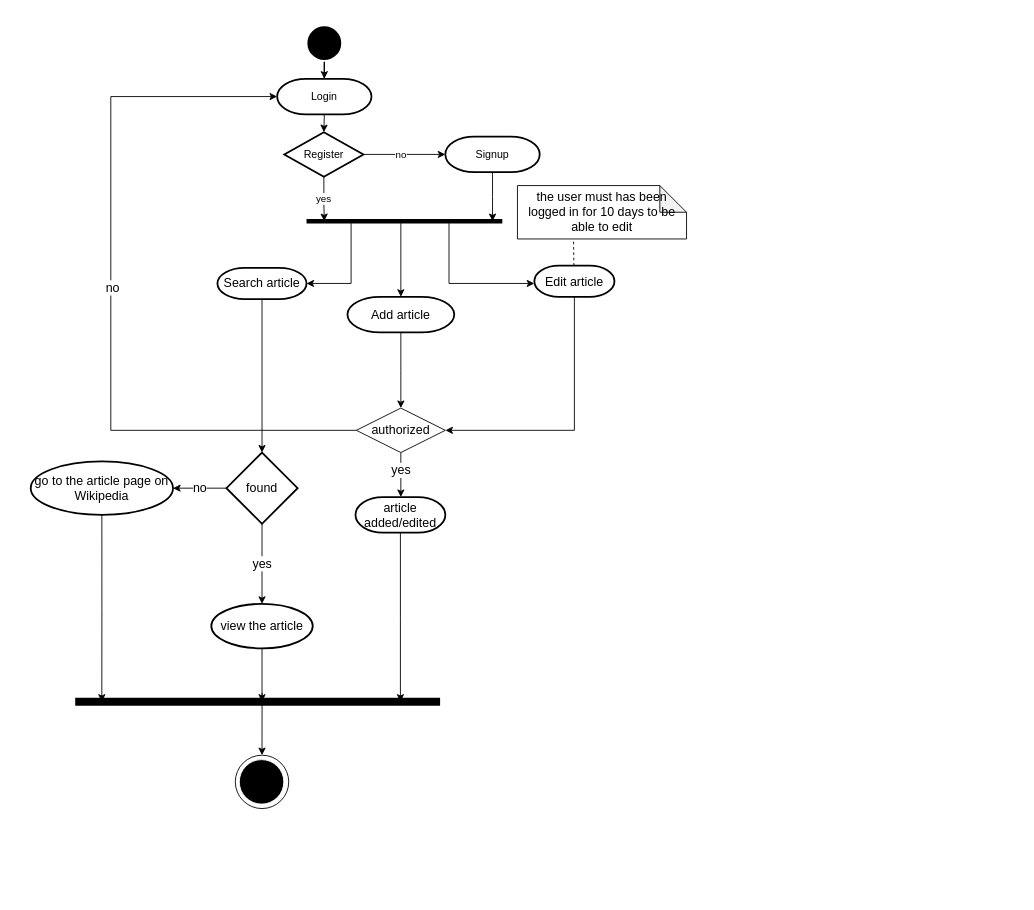
The draw.io diagram activity.drawio in mosup16/wikiwiki-swe-project-digrams, before the edit. Source tidied: cells renumbered, new cells numbered last; positions are measured from the earlier drawing's top-left corner, leaving out a move shared by most shapes. Both pictures are drawn from the tidied source at 89%, with x=0, y=0 at pixel (30, 25).
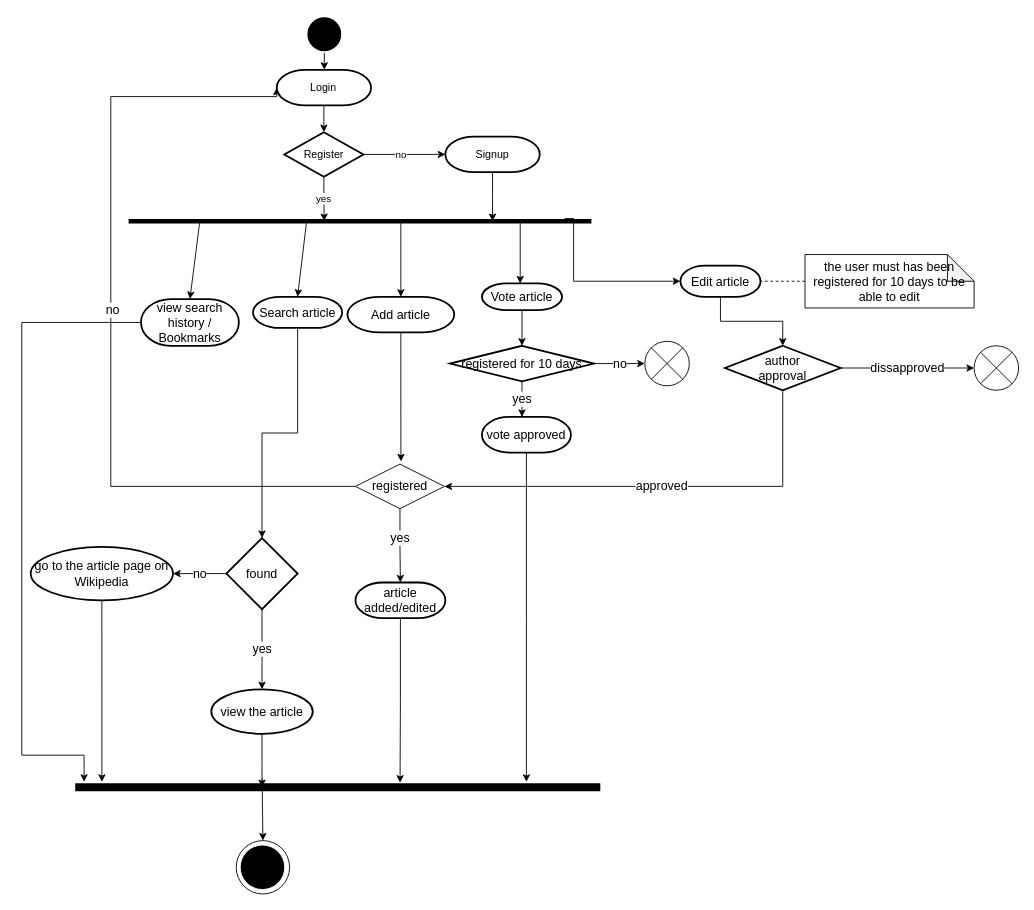
The same page after the edit.

The change refers to these unchanged cells:
```xml
<mxCell id="17" value="Add article" style="strokeWidth=2;html=1;shape=mxgraph.flowchart.terminator;whiteSpace=wrap;fontSize=14;fontColor=none;" parent="1" vertex="1">
  <mxGeometry x="355.9" y="305" width="120" height="40" as="geometry" />
</mxCell>
```

The edit, as a diff of the source:
```diff
@@
     <mxCell id="3" style="strokeWidth=2;html=1;shape=mxgraph.flowchart.start_2;whiteSpace=wrap;fillColor=#000000;strokeColor=#FFFFFF;" parent="1" vertex="1">
-      <mxGeometry x="309.9" width="40" height="40" as="geometry" />
+      <mxGeometry x="309.9" y="-10" width="40" height="40" as="geometry" />
     </mxCell>
@@
     <mxCell id="5" value="Login" style="strokeWidth=2;html=1;shape=mxgraph.flowchart.terminator;whiteSpace=wrap;" parent="1" vertex="1">
-      <mxGeometry x="276.9" y="60" width="106" height="40" as="geometry" />
+      <mxGeometry x="276.4" y="50" width="106" height="40" as="geometry" />
     </mxCell>
@@
     <mxCell id="12" style="endArrow=none;html=1;rounded=0;labelBackgroundColor=#FFFFFF;labelBorderColor=default;fontSize=11;fontColor=default;strokeWidth=5;" parent="1" edge="1">
       <mxGeometry relative="1" as="geometry">
-        <mxPoint x="309.9" y="220" as="sourcePoint" />
-        <mxPoint x="529.9" y="220" as="targetPoint" />
+        <mxPoint x="110" y="220" as="sourcePoint" />
+        <mxPoint x="630" y="220" as="targetPoint" />
         <Array as="points">
           <mxPoint x="424.9" y="220" />
         </Array>
       </mxGeometry>
     </mxCell>
@@
-    <mxCell id="14" style="edgeStyle=orthogonalEdgeStyle;rounded=0;orthogonalLoop=1;jettySize=auto;html=1;labelBackgroundColor=#FFFFFF;labelBorderColor=none;fontSize=14;fontColor=none;strokeWidth=1;" parent="1" edge="1">
+    <mxCell id="14" style="edgeStyle=orthogonalEdgeStyle;rounded=0;jettySize=auto;html=1;labelBackgroundColor=#FFFFFF;labelBorderColor=none;fontSize=14;fontColor=none;strokeWidth=1;entryX=0;entryY=0.5;entryDx=0;entryDy=0;entryPerimeter=0;" parent="1" edge="1" target="25">
       <mxGeometry relative="1" as="geometry">
-        <mxPoint x="467" y="220" as="sourcePoint" />
-        <mxPoint x="565.9" y="290" as="targetPoint" />
+        <mxPoint x="600" y="217" as="sourcePoint" />
         <Array as="points">
-          <mxPoint x="470" y="220" />
-          <mxPoint x="470" y="290" />
+          <mxPoint x="610" y="217" />
+          <mxPoint x="610" y="288" />
         </Array>
       </mxGeometry>
     </mxCell>
-    <mxCell id="15" style="edgeStyle=orthogonalEdgeStyle;rounded=0;jettySize=auto;html=1;labelBackgroundColor=#FFFFFF;labelBorderColor=none;fontSize=14;fontColor=none;strokeWidth=1;" parent="1" edge="1" target="29">
-      <mxGeometry relative="1" as="geometry">
-        <mxPoint x="370" y="220" as="sourcePoint" />
-        <Array as="points">
-          <mxPoint x="360" y="220" />
-          <mxPoint x="360" y="290" />
-        </Array>
-      </mxGeometry>
-    </mxCell>
     <mxCell id="16" style="edgeStyle=orthogonalEdgeStyle;rounded=0;jettySize=auto;html=1;labelBackgroundColor=#FFFFFF;labelBorderColor=default;fontSize=14;fontColor=none;strokeWidth=1;" parent="1" edge="1" source="17">
       <mxGeometry relative="1" as="geometry">
-        <mxPoint x="415.9" y="430" as="targetPoint" />
+        <mxPoint x="416" y="490" as="targetPoint" />
       </mxGeometry>
     </mxCell>
@@
-    <mxCell id="18" value="yes" style="edgeStyle=orthogonalEdgeStyle;rounded=0;jettySize=auto;html=1;labelBackgroundColor=#FFFFFF;labelBorderColor=none;fontSize=14;fontColor=none;strokeWidth=1;" parent="1" edge="1" source="21">
-      <mxGeometry x="-0.2" relative="1" as="geometry">
-        <mxPoint x="415.9" y="530" as="targetPoint" />
-      </mxGeometry>
+    <mxCell id="18" value="yes" style="edgeStyle=orthogonalEdgeStyle;rounded=0;jettySize=auto;html=1;labelBackgroundColor=#FFFFFF;labelBorderColor=none;fontSize=14;fontColor=none;strokeWidth=1;exitX=0.5;exitY=1;exitDx=0;exitDy=0;entryX=0.5;entryY=0;entryDx=0;entryDy=0;entryPerimeter=0;" parent="1" edge="1" source="21" target="23">
+      <mxGeometry x="-0.2" relative="1" as="geometry" />
     </mxCell>
     <mxCell id="19" style="edgeStyle=orthogonalEdgeStyle;rounded=0;jettySize=auto;html=1;entryX=0;entryY=0.5;entryDx=0;entryDy=0;entryPerimeter=0;labelBackgroundColor=#FFFFFF;labelBorderColor=none;fontSize=14;fontColor=none;strokeWidth=1;" parent="1" edge="1" source="21" target="5">
       <mxGeometry relative="1" as="geometry">
         <Array as="points">
-          <mxPoint x="90" y="455" />
+          <mxPoint x="90" y="518" />
           <mxPoint x="90" y="80" />
         </Array>
       </mxGeometry>
     </mxCell>
@@
-    <mxCell id="21" value="authorized" style="rhombus;whiteSpace=wrap;html=1;fontSize=14;fontColor=none;" parent="1" vertex="1">
-      <mxGeometry x="365.9" y="430" width="100" height="50" as="geometry" />
+    <mxCell id="21" value="registered" style="rhombus;whiteSpace=wrap;html=1;fontSize=14;fontColor=none;" parent="1" vertex="1">
+      <mxGeometry x="364.9" y="493" width="100" height="50" as="geometry" />
     </mxCell>
     <mxCell id="22" style="edgeStyle=orthogonalEdgeStyle;rounded=0;jettySize=auto;html=1;labelBackgroundColor=#FFFFFF;labelBorderColor=none;fontSize=14;fontColor=none;strokeWidth=1;" parent="1" edge="1" source="23">
       <mxGeometry relative="1" as="geometry">
-        <mxPoint x="415.4" y="760" as="targetPoint" />
+        <mxPoint x="415" y="851" as="targetPoint" />
       </mxGeometry>
     </mxCell>
     <mxCell id="23" value="article added/edited" style="strokeWidth=2;html=1;shape=mxgraph.flowchart.terminator;whiteSpace=wrap;fontSize=14;fontColor=none;" parent="1" vertex="1">
-      <mxGeometry x="364.9" y="530" width="101" height="40" as="geometry" />
+      <mxGeometry x="364.9" y="626" width="101" height="40" as="geometry" />
     </mxCell>
-    <mxCell id="24" style="edgeStyle=orthogonalEdgeStyle;rounded=0;jettySize=auto;html=1;entryX=1;entryY=0.5;entryDx=0;entryDy=0;labelBackgroundColor=#FFFFFF;labelBorderColor=none;fontSize=14;fontColor=none;strokeWidth=1;" parent="1" edge="1" source="25" target="21">
-      <mxGeometry relative="1" as="geometry">
-        <Array as="points">
-          <mxPoint x="611" y="455" />
-        </Array>
-      </mxGeometry>
-    </mxCell>
+    <mxCell id="41" style="edgeStyle=orthogonalEdgeStyle;rounded=0;jettySize=auto;html=1;labelBackgroundColor=#FFFFFF;labelBorderColor=none;fontSize=14;fontColor=none;strokeWidth=1;" parent="1" edge="1" source="25" target="54">
+      <mxGeometry relative="1" as="geometry" />
+    </mxCell>
     <mxCell id="25" value="Edit article" style="strokeWidth=2;html=1;shape=mxgraph.flowchart.terminator;whiteSpace=wrap;fontSize=14;fontColor=none;" parent="1" vertex="1">
-      <mxGeometry x="565.9" y="270" width="90" height="35" as="geometry" />
+      <mxGeometry x="730" y="270" width="90" height="35" as="geometry" />
     </mxCell>
-    <mxCell id="26" value="the user must has been logged in for 10 days to be able to edit" style="shape=note;whiteSpace=wrap;html=1;backgroundOutline=1;darkOpacity=0.05;fontSize=14;fontColor=none;" parent="1" vertex="1">
-      <mxGeometry x="546.9" y="180" width="190" height="60" as="geometry" />
+    <mxCell id="26" value="the user must has been registered for 10 days to be able to edit" style="shape=note;whiteSpace=wrap;html=1;backgroundOutline=1;darkOpacity=0.05;fontSize=14;fontColor=none;" parent="1" vertex="1">
+      <mxGeometry x="870" y="257.5" width="190" height="60" as="geometry" />
     </mxCell>
-    <mxCell id="27" style="endArrow=none;dashed=1;html=1;rounded=0;labelBackgroundColor=#FFFFFF;labelBorderColor=none;fontSize=14;fontColor=none;strokeWidth=1;" parent="1" edge="1">
-      <mxGeometry relative="1" as="geometry">
-        <mxPoint x="610.3" y="270" as="sourcePoint" />
-        <mxPoint x="609.9" y="240" as="targetPoint" />
-      </mxGeometry>
+    <mxCell id="27" style="endArrow=none;dashed=1;html=1;rounded=0;labelBackgroundColor=#FFFFFF;labelBorderColor=none;fontSize=14;fontColor=none;strokeWidth=1;entryX=1;entryY=0.5;entryDx=0;entryDy=0;entryPerimeter=0;" parent="1" edge="1" source="26" target="25">
+      <mxGeometry relative="1" as="geometry" />
     </mxCell>
@@
     <mxCell id="29" value="Search article" style="strokeWidth=2;html=1;shape=mxgraph.flowchart.terminator;whiteSpace=wrap;fontSize=14;fontColor=none;fillColor=#FFFFFF;" parent="1" vertex="1">
-      <mxGeometry x="209.8" y="272.5" width="100.1" height="35" as="geometry" />
+      <mxGeometry x="249.8" y="305" width="100.1" height="35" as="geometry" />
     </mxCell>
     <mxCell id="30" value="yes" style="edgeStyle=orthogonalEdgeStyle;rounded=0;jettySize=auto;html=1;labelBackgroundColor=#FFFFFF;labelBorderColor=none;fontSize=14;fontColor=none;strokeWidth=1;" parent="1" edge="1" source="32" target="34">
       <mxGeometry relative="1" as="geometry">
         <Array as="points">
-          <mxPoint x="260" y="620" />
-          <mxPoint x="260" y="620" />
+          <mxPoint x="260" y="716" />
+          <mxPoint x="260" y="716" />
         </Array>
       </mxGeometry>
     </mxCell>
@@
     <mxCell id="32" value="found" style="rhombus;whiteSpace=wrap;html=1;fontSize=14;fillColor=#FFFFFF;fontColor=none;strokeWidth=2;" parent="1" vertex="1">
-      <mxGeometry x="219.9" y="480" width="80" height="80" as="geometry" />
+      <mxGeometry x="219.9" y="576" width="80" height="80" as="geometry" />
     </mxCell>
     <mxCell id="33" style="edgeStyle=orthogonalEdgeStyle;rounded=0;jettySize=auto;html=1;labelBackgroundColor=#FFFFFF;labelBorderColor=none;fontSize=14;fontColor=none;strokeWidth=1;" parent="1" edge="1" source="34">
       <mxGeometry relative="1" as="geometry">
-        <mxPoint x="259.9" y="760" as="targetPoint" />
+        <mxPoint x="259.9" y="856" as="targetPoint" />
       </mxGeometry>
     </mxCell>
     <mxCell id="34" value="view the article" style="ellipse;whiteSpace=wrap;html=1;fontSize=14;fillColor=#FFFFFF;fontColor=none;strokeWidth=2;" parent="1" vertex="1">
-      <mxGeometry x="202.9" y="650" width="114" height="50" as="geometry" />
+      <mxGeometry x="202.9" y="746" width="114" height="50" as="geometry" />
     </mxCell>
     <mxCell id="35" style="edgeStyle=orthogonalEdgeStyle;rounded=0;jettySize=auto;html=1;labelBackgroundColor=#FFFFFF;labelBorderColor=none;fontSize=14;fontColor=none;strokeWidth=1;" parent="1" edge="1" source="36">
       <mxGeometry relative="1" as="geometry">
-        <mxPoint x="79.9" y="760" as="targetPoint" />
+        <mxPoint x="80" y="850" as="targetPoint" />
       </mxGeometry>
     </mxCell>
     <mxCell id="36" value="go to the article page on Wikipedia" style="ellipse;whiteSpace=wrap;html=1;fontSize=14;fillColor=#FFFFFF;fontColor=none;strokeWidth=2;" parent="1" vertex="1">
-      <mxGeometry y="490" width="159.9" height="60" as="geometry" />
+      <mxGeometry y="586" width="159.9" height="60" as="geometry" />
     </mxCell>
     <mxCell id="37" style="verticalLabelPosition=bottom;verticalAlign=top;html=1;shape=mxgraph.flowchart.on-page_reference;fontSize=14;fontColor=none;strokeColor=#000000;fillColor=#FFFFFF;" parent="1" vertex="1">
-      <mxGeometry x="229.9" y="820" width="60" height="60" as="geometry" />
+      <mxGeometry x="230.9" y="916" width="60" height="60" as="geometry" />
     </mxCell>
     <mxCell id="38" style="verticalLabelPosition=bottom;verticalAlign=top;html=1;shape=mxgraph.flowchart.on-page_reference;fontSize=14;fontColor=none;strokeColor=#FFFFFF;fillColor=#000000;" parent="1" vertex="1">
-      <mxGeometry x="234.4" y="825" width="50" height="50" as="geometry" />
+      <mxGeometry x="235.4" y="921" width="50" height="50" as="geometry" />
     </mxCell>
     <mxCell id="39" style="endArrow=none;html=1;rounded=0;labelBackgroundColor=#FFFFFF;labelBorderColor=none;fontSize=14;fontColor=none;strokeWidth=9;" parent="1" edge="1">
       <mxGeometry relative="1" as="geometry">
-        <mxPoint x="50" y="760" as="sourcePoint" />
-        <mxPoint x="460" y="760" as="targetPoint" />
+        <mxPoint x="50" y="856" as="sourcePoint" />
+        <mxPoint x="640" y="856" as="targetPoint" />
       </mxGeometry>
     </mxCell>
     <mxCell id="40" style="endArrow=classic;html=1;rounded=0;labelBackgroundColor=#FFFFFF;labelBorderColor=none;fontSize=14;fontColor=none;strokeWidth=1;entryX=0.5;entryY=0;entryDx=0;entryDy=0;entryPerimeter=0;" parent="1" edge="1" target="37">
       <mxGeometry relative="1" as="geometry">
-        <mxPoint x="260" y="750" as="sourcePoint" />
+        <mxPoint x="260" y="846" as="sourcePoint" />
       </mxGeometry>
     </mxCell>
+    <mxCell id="42" style="endArrow=classic;html=1;rounded=0;labelBackgroundColor=#FFFFFF;labelBorderColor=none;fontSize=14;fontColor=none;strokeWidth=1;" parent="1" edge="1">
+      <mxGeometry relative="1" as="geometry">
+        <mxPoint x="550" y="220" as="sourcePoint" />
+        <mxPoint x="550" y="290" as="targetPoint" />
+      </mxGeometry>
+    </mxCell>
+    <mxCell id="43" style="edgeStyle=orthogonalEdgeStyle;rounded=0;jettySize=auto;html=1;labelBackgroundColor=#FFFFFF;labelBorderColor=none;fontSize=14;fontColor=none;strokeWidth=1;" parent="1" edge="1" source="44" target="47">
+      <mxGeometry relative="1" as="geometry" />
+    </mxCell>
+    <mxCell id="44" value="Vote article" style="strokeWidth=2;html=1;shape=mxgraph.flowchart.terminator;whiteSpace=wrap;fontSize=14;fontColor=none;" parent="1" vertex="1">
+      <mxGeometry x="507" y="290" width="90" height="30" as="geometry" />
+    </mxCell>
+    <mxCell id="45" value="no" style="edgeStyle=orthogonalEdgeStyle;rounded=0;jettySize=auto;html=1;exitX=1;exitY=0.5;exitDx=0;exitDy=0;labelBackgroundColor=#FFFFFF;labelBorderColor=none;fontSize=14;fontColor=none;strokeWidth=1;entryX=0;entryY=0.5;entryDx=0;entryDy=0;entryPerimeter=0;" parent="1" edge="1" source="47" target="49">
+      <mxGeometry relative="1" as="geometry" />
+    </mxCell>
+    <mxCell id="46" value="yes" style="edgeStyle=orthogonalEdgeStyle;rounded=0;jettySize=auto;html=1;labelBackgroundColor=#FFFFFF;labelBorderColor=none;fontSize=14;fontColor=none;strokeWidth=1;" parent="1" edge="1" source="47">
+      <mxGeometry relative="1" as="geometry">
+        <mxPoint x="552" y="440" as="targetPoint" />
+      </mxGeometry>
+    </mxCell>
+    <mxCell id="47" value="registered for 10 days" style="rhombus;whiteSpace=wrap;html=1;fontSize=14;fontColor=none;strokeWidth=2;" parent="1" vertex="1">
+      <mxGeometry x="471" y="360" width="162" height="40" as="geometry" />
+    </mxCell>
+    <mxCell id="48" style="edgeStyle=orthogonalEdgeStyle;rounded=0;orthogonalLoop=1;jettySize=auto;html=1;exitX=0.5;exitY=1;exitDx=0;exitDy=0;labelBackgroundColor=#FFFFFF;labelBorderColor=none;fontSize=14;fontColor=none;strokeWidth=1;" parent="1" edge="1" source="47" target="47">
+      <mxGeometry relative="1" as="geometry" />
+    </mxCell>
+    <mxCell id="49" style="verticalLabelPosition=bottom;verticalAlign=top;html=1;shape=mxgraph.flowchart.or;fontSize=14;fontColor=none;strokeColor=#000000;fillColor=#FFFFFF;shadow=0;sketch=0;" parent="1" vertex="1">
+      <mxGeometry x="690" y="355" width="50" height="50" as="geometry" />
+    </mxCell>
+    <mxCell id="50" style="edgeStyle=orthogonalEdgeStyle;rounded=0;jettySize=auto;html=1;labelBackgroundColor=#FFFFFF;labelBorderColor=none;fontSize=14;fontColor=none;strokeWidth=1;" parent="1" edge="1" source="51">
+      <mxGeometry relative="1" as="geometry">
+        <mxPoint x="557" y="850" as="targetPoint" />
+      </mxGeometry>
+    </mxCell>
+    <mxCell id="51" value="vote approved" style="strokeWidth=2;html=1;shape=mxgraph.flowchart.terminator;whiteSpace=wrap;shadow=0;sketch=0;fontSize=14;fontColor=none;fillColor=#FFFFFF;" parent="1" vertex="1">
+      <mxGeometry x="507" y="440" width="100" height="40" as="geometry" />
+    </mxCell>
+    <mxCell id="52" value="approved" style="edgeStyle=orthogonalEdgeStyle;rounded=0;jettySize=auto;html=1;exitX=0.5;exitY=1;exitDx=0;exitDy=0;labelBackgroundColor=#FFFFFF;labelBorderColor=none;fontSize=14;fontColor=none;strokeWidth=1;entryX=1;entryY=0.5;entryDx=0;entryDy=0;" parent="1" edge="1" source="54" target="21">
+      <mxGeometry relative="1" as="geometry" />
+    </mxCell>
+    <mxCell id="53" value="dissapproved" style="edgeStyle=orthogonalEdgeStyle;rounded=0;jettySize=auto;html=1;labelBackgroundColor=#FFFFFF;labelBorderColor=none;fontSize=14;fontColor=none;strokeWidth=1;" parent="1" edge="1" source="54">
+      <mxGeometry relative="1" as="geometry">
+        <mxPoint x="1060" y="385" as="targetPoint" />
+      </mxGeometry>
+    </mxCell>
+    <mxCell id="54" value="author&lt;br&gt;approval" style="rhombus;whiteSpace=wrap;html=1;fontSize=14;fontColor=none;strokeWidth=2;" parent="1" vertex="1">
+      <mxGeometry x="780" y="360" width="130" height="50" as="geometry" />
+    </mxCell>
+    <mxCell id="55" style="endArrow=classic;html=1;rounded=0;labelBackgroundColor=#FFFFFF;labelBorderColor=none;fontSize=14;fontColor=none;strokeWidth=1;entryX=0.5;entryY=0;entryDx=0;entryDy=0;entryPerimeter=0;" parent="1" edge="1" target="29">
+      <mxGeometry relative="1" as="geometry">
+        <mxPoint x="310" y="220" as="sourcePoint" />
+      </mxGeometry>
+    </mxCell>
+    <mxCell id="56" style="endArrow=classic;html=1;rounded=0;labelBackgroundColor=#FFFFFF;labelBorderColor=none;fontSize=14;fontColor=none;strokeWidth=1;entryX=0.5;entryY=0;entryDx=0;entryDy=0;entryPerimeter=0;" parent="1" edge="1" target="58">
+      <mxGeometry relative="1" as="geometry">
+        <mxPoint x="190" y="220" as="sourcePoint" />
+      </mxGeometry>
+    </mxCell>
+    <mxCell id="57" style="edgeStyle=orthogonalEdgeStyle;rounded=0;jettySize=auto;html=1;labelBackgroundColor=#FFFFFF;labelBorderColor=none;fontSize=14;fontColor=none;strokeWidth=1;" parent="1" edge="1" source="58">
+      <mxGeometry relative="1" as="geometry">
+        <mxPoint x="60" y="850" as="targetPoint" />
+        <Array as="points">
+          <mxPoint x="-10" y="334" />
+          <mxPoint x="-10" y="820" />
+          <mxPoint x="60" y="820" />
+        </Array>
+      </mxGeometry>
+    </mxCell>
+    <mxCell id="58" value="view search history / Bookmarks" style="strokeWidth=2;html=1;shape=mxgraph.flowchart.terminator;whiteSpace=wrap;shadow=0;sketch=0;fontSize=14;fontColor=none;fillColor=#FFFFFF;" parent="1" vertex="1">
+      <mxGeometry x="123.9" y="307.5" width="110" height="52.5" as="geometry" />
+    </mxCell>
+    <mxCell id="59" style="verticalLabelPosition=bottom;verticalAlign=top;html=1;shape=mxgraph.flowchart.or;shadow=0;sketch=0;fontSize=14;fontColor=none;strokeColor=#000000;fillColor=#FFFFFF;" parent="1" vertex="1">
+      <mxGeometry x="1060" y="360" width="50" height="50" as="geometry" />
+    </mxCell>
```
